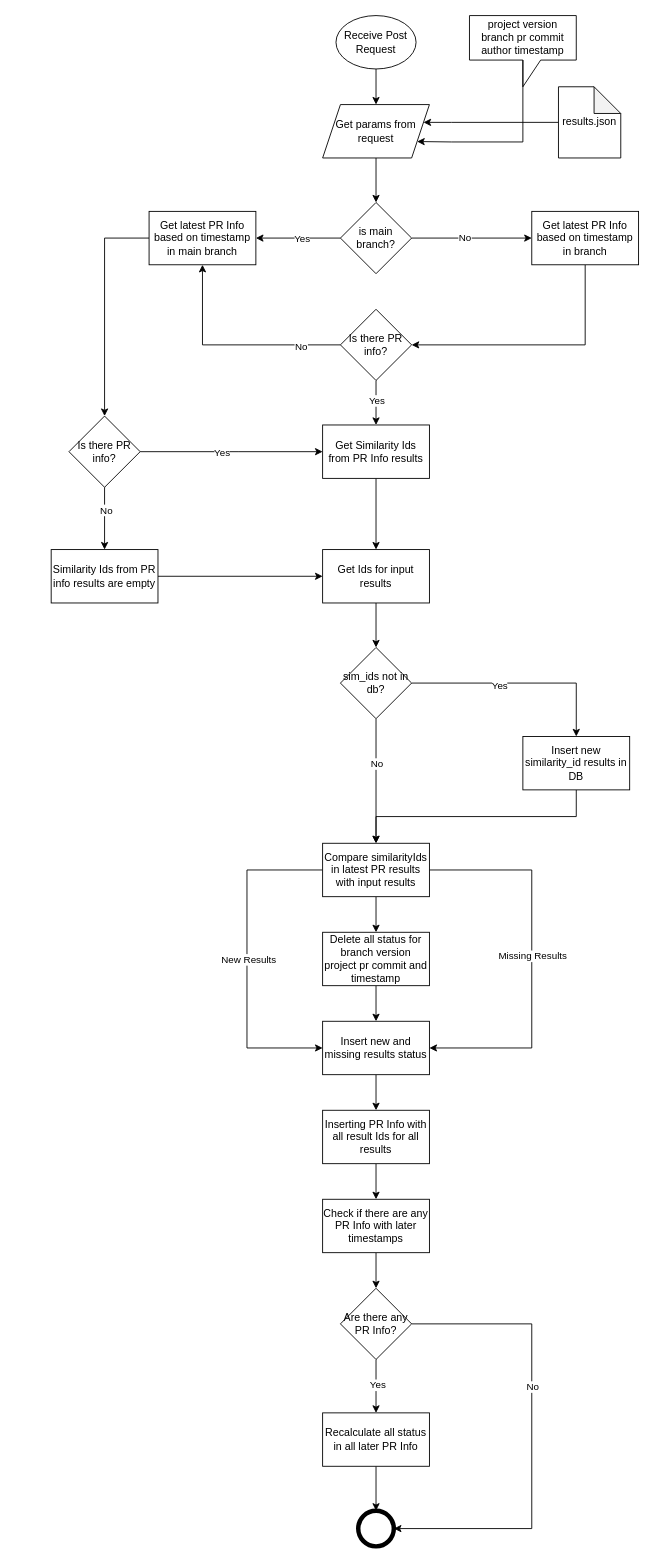
cx-joaoguedes/drawio keeps this draw.io diagram as page "Upload Results" (1 of 4) of Untitled Diagram.drawio. Above is the earlier version. Source tidied: cells renumbered, new cells numbered last; positions are measured from the earlier drawing's top-left corner, leaving out a move shared by most shapes. Both pictures are drawn from the tidied source at 89%, with x=0, y=0 at pixel (51, 15).
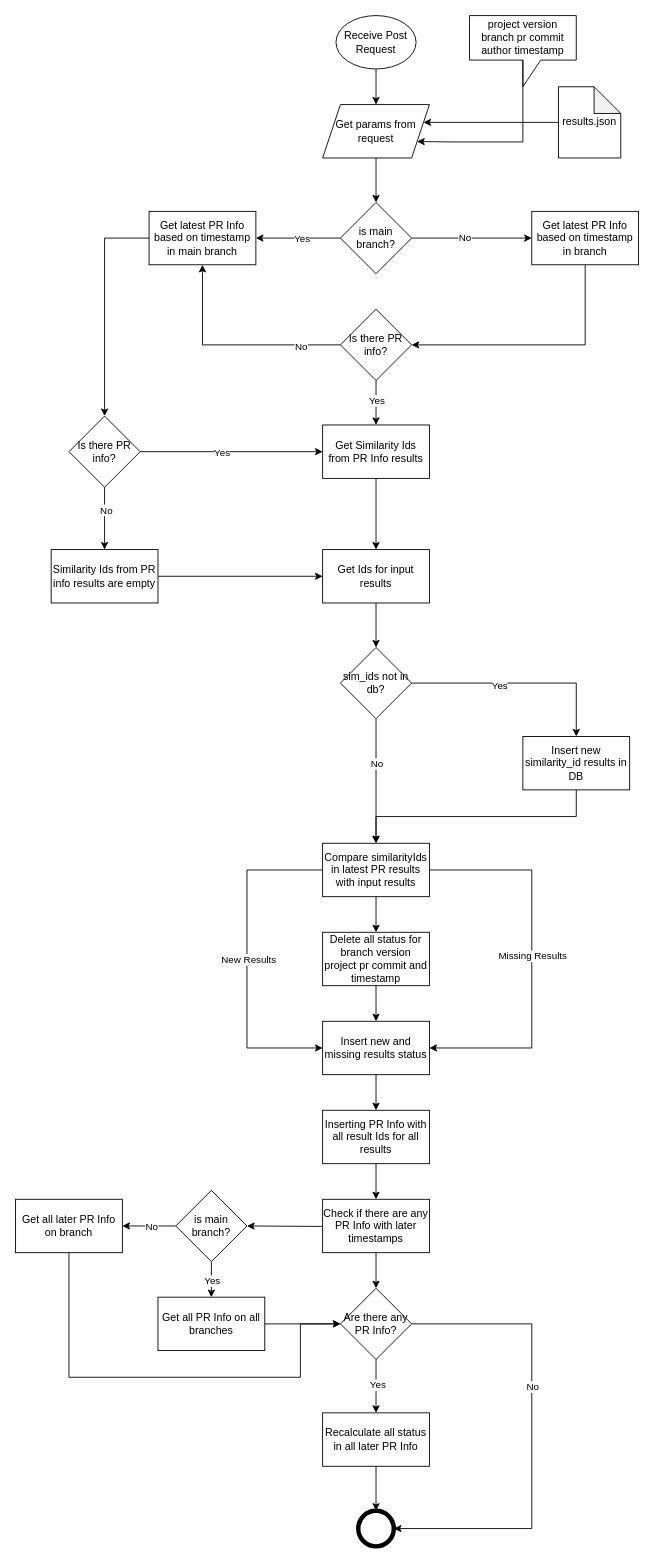
The same diagram, later.

The change refers to these unchanged cells:
```xml
<mxCell id="59" value="Are there any PR Info?" style="rhombus;whiteSpace=wrap;html=1;" parent="1" vertex="1">
  <mxGeometry x="325" y="1430" width="80" height="80" as="geometry" />
</mxCell>
```

The edit, as a diff of the source:
```diff
@@
+    <mxCell id="64" style="edgeStyle=orthogonalEdgeStyle;rounded=0;jettySize=auto;html=1;" parent="1" edge="1" target="69">
+      <mxGeometry relative="1" as="geometry">
+        <mxPoint x="385" y="1360" as="sourcePoint" />
+      </mxGeometry>
+    </mxCell>
@@
+    <mxCell id="65" style="edgeStyle=orthogonalEdgeStyle;rounded=0;jettySize=auto;html=1;" parent="1" edge="1" source="69" target="71">
+      <mxGeometry relative="1" as="geometry" />
+    </mxCell>
+    <mxCell id="66" value="No" style="edgeLabel;html=1;align=center;verticalAlign=middle;" parent="65" vertex="1">
+      <mxGeometry x="-0.06" relative="1" as="geometry" />
+    </mxCell>
+    <mxCell id="67" style="edgeStyle=orthogonalEdgeStyle;rounded=0;jettySize=auto;html=1;" parent="1" edge="1" source="69" target="73">
+      <mxGeometry relative="1" as="geometry" />
+    </mxCell>
+    <mxCell id="68" value="Yes" style="edgeLabel;html=1;align=center;verticalAlign=middle;" parent="67" vertex="1">
+      <mxGeometry x="-0.47" relative="1" as="geometry">
+        <mxPoint y="10" as="offset" />
+      </mxGeometry>
+    </mxCell>
+    <mxCell id="69" value="is main branch?" style="rhombus;whiteSpace=wrap;html=1;" parent="1" vertex="1">
+      <mxGeometry x="140" y="1320" width="80" height="80" as="geometry" />
+    </mxCell>
+    <mxCell id="70" style="edgeStyle=orthogonalEdgeStyle;rounded=0;jettySize=auto;html=1;entryX=0;entryY=0.5;entryDx=0;entryDy=0;" parent="1" edge="1" source="71" target="59">
+      <mxGeometry relative="1" as="geometry">
+        <Array as="points">
+          <mxPoint x="20" y="1530" />
+          <mxPoint x="280" y="1530" />
+          <mxPoint x="280" y="1470" />
+        </Array>
+      </mxGeometry>
+    </mxCell>
+    <mxCell id="71" value="Get all later PR Info on branch" style="whiteSpace=wrap;html=1;" parent="1" vertex="1">
+      <mxGeometry x="-40" y="1330" width="120" height="60" as="geometry" />
+    </mxCell>
+    <mxCell id="72" style="edgeStyle=orthogonalEdgeStyle;rounded=0;jettySize=auto;html=1;entryX=0;entryY=0.5;entryDx=0;entryDy=0;" parent="1" edge="1" source="73" target="59">
+      <mxGeometry relative="1" as="geometry" />
+    </mxCell>
+    <mxCell id="73" value="Get all PR Info on all branches" style="whiteSpace=wrap;html=1;" parent="1" vertex="1">
+      <mxGeometry x="120" y="1440" width="120" height="60" as="geometry" />
+    </mxCell>
```
